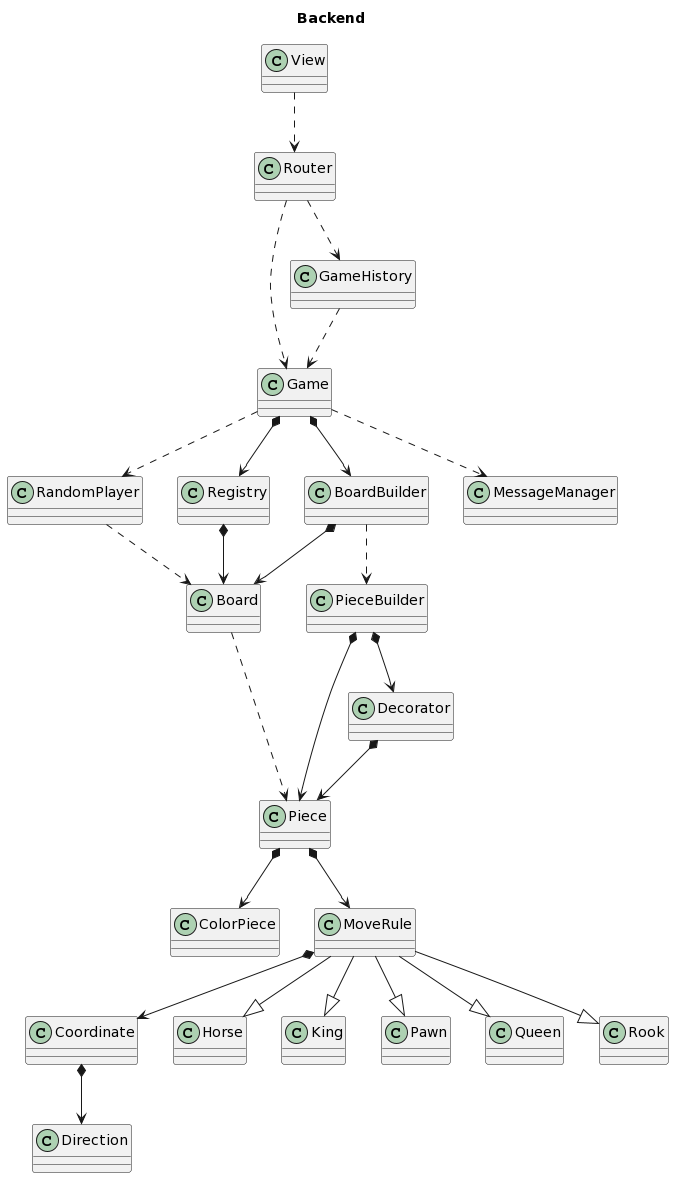
The PlantUML diagram .readme/chessBackendDiagram.png in MasterCloudApps-Projects/chess, before a commit. The source it was exported from:
```plantuml
@startuml

title Backend
top to bottom direction

View .down.> Router
Router .down.> Game
Router .down.> GameHistory
GameHistory .down.> Game

Game *-down-> BoardBuilder

Game .down.> RandomPlayer

Board .down.> Piece

BoardBuilder .down.> PieceBuilder
BoardBuilder *-down-> Board
PieceBuilder *-down-> Piece
PieceBuilder *-down-> Decorator
Decorator *-down-> Piece

Piece *-down-> ColorPiece
Piece *-down-> MoveRule
MoveRule *-down-> Coordinate
Coordinate *-down-> Direction

MoveRule --|> Horse
MoveRule --|> King
MoveRule --|> Pawn
MoveRule --|> Queen
MoveRule --|> Rook

RandomPlayer .down.> Board

Game *-down-> Registry
Registry *-down-> Board

Game .down.>  MessageManager


@enduml
```
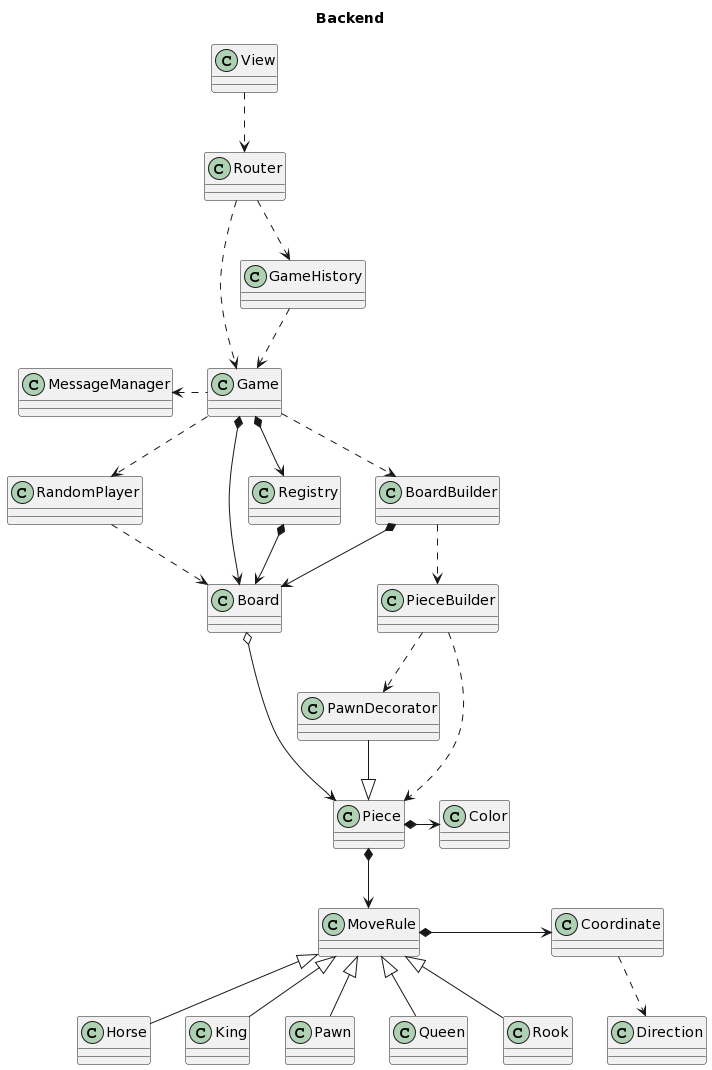
The same diagram one commit later.

Commit message:
Fix: Updated backend UML PNG

Diff of the diagram source:
```diff
@@ -8,35 +8,34 @@
 Router .down.> GameHistory
 GameHistory .down.> Game
 
-Game *-down-> BoardBuilder
+Game .down.> BoardBuilder
+Game *-down-> Board
+MessageManager <. Game
+Game .> RandomPlayer
 
-Game .down.> RandomPlayer
-
-Board .down.> Piece
+Board o--> Piece
 
 BoardBuilder .down.> PieceBuilder
 BoardBuilder *-down-> Board
-PieceBuilder *-down-> Piece
-PieceBuilder *-down-> Decorator
-Decorator *-down-> Piece
+PieceBuilder .down.> Piece
+PieceBuilder -down.> PawnDecorator
+PawnDecorator -down-|> Piece
 
-Piece *-down-> ColorPiece
+Piece *-> Color
 Piece *-down-> MoveRule
-MoveRule *-down-> Coordinate
-Coordinate *-down-> Direction
+MoveRule *-> Coordinate
+Coordinate .down.> Direction
 
-MoveRule --|> Horse
-MoveRule --|> King
-MoveRule --|> Pawn
-MoveRule --|> Queen
-MoveRule --|> Rook
+MoveRule <|-- Horse
+MoveRule <|-- King
+MoveRule <|-- Pawn
+MoveRule <|-- Queen
+MoveRule <|-- Rook
 
 RandomPlayer .down.> Board
 
 Game *-down-> Registry
 Registry *-down-> Board
 
-Game .down.>  MessageManager
-
 
 @enduml
```
